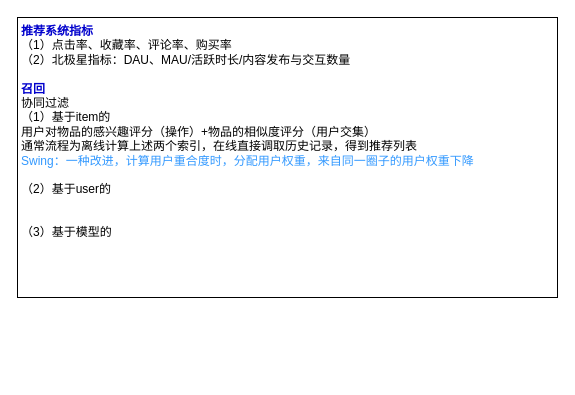
Before: 推荐学习笔记.drawio in limpid-11/drawio, a draw.io diagram. Source tidied: cells renumbered, new cells numbered last; positions are measured from the earlier drawing's top-left corner, leaving out a move shared by most shapes. Both pictures are drawn from the tidied source at 100%, with x=0, y=0 at pixel (17, 17).
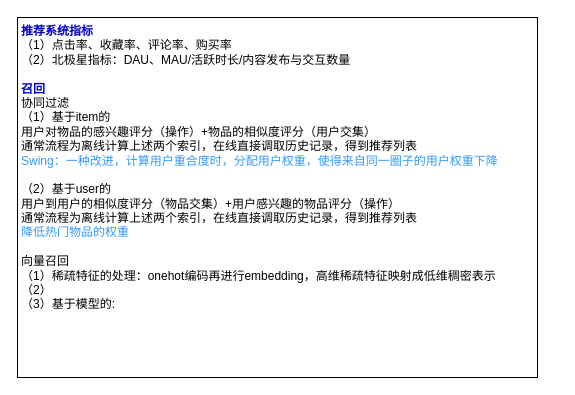
Above is the later version.

Commit message (it also covers changes not shown here):
更新推荐学习笔记.drawio

Change to the diagram source:
```diff
@@
 <mxGraphModel>
   <root>
     <mxCell id="0" />
     <mxCell id="1" parent="0" />
-    <mxCell id="2" value="&lt;font color=&quot;#0000cc&quot;&gt;&lt;b&gt;推荐系统指标&lt;/b&gt;&lt;/font&gt;&lt;div&gt;（1）点击率、收藏率、评论率、购买率&lt;/div&gt;&lt;div&gt;（2）北极星指标：DAU、MAU/活跃时长/内容发布与交互数量&lt;/div&gt;&lt;div&gt;&lt;br&gt;&lt;/div&gt;&lt;div&gt;&lt;font color=&quot;#0000cc&quot;&gt;&lt;b&gt;召回&lt;/b&gt;&lt;/font&gt;&lt;/div&gt;&lt;div&gt;协同过滤&lt;/div&gt;&lt;div&gt;（1）基于item的&lt;/div&gt;&lt;div&gt;用户对物品的感兴趣评分（操作）+物品的相似度评分（用户交集）&lt;/div&gt;&lt;div&gt;通常流程为离线计算上述两个索引，在线直接调取历史记录，得到推荐列表&lt;/div&gt;&lt;div&gt;&lt;font color=&quot;#3399ff&quot;&gt;Swing：一种改进，计算用户重合度时，分配用户权重，来自同一圈子的用户权重下降&lt;/font&gt;&lt;/div&gt;&lt;div&gt;&lt;br&gt;&lt;/div&gt;&lt;div&gt;（2）基于user的&lt;/div&gt;&lt;div&gt;&lt;br&gt;&lt;/div&gt;&lt;div&gt;&lt;br&gt;&lt;/div&gt;&lt;div&gt;（3）基于模型的&lt;/div&gt;" style="rounded=0;whiteSpace=wrap;html=1;align=left;verticalAlign=top;spacingLeft=2;" parent="1" vertex="1">
-      <mxGeometry width="540" height="280" as="geometry" />
+    <mxCell id="2" value="&lt;font color=&quot;#0000cc&quot;&gt;&lt;b&gt;推荐系统指标&lt;/b&gt;&lt;/font&gt;&lt;div&gt;（1）点击率、收藏率、评论率、购买率&lt;/div&gt;&lt;div&gt;（2）北极星指标：DAU、MAU/活跃时长/内容发布与交互数量&lt;/div&gt;&lt;div&gt;&lt;br&gt;&lt;/div&gt;&lt;div&gt;&lt;font color=&quot;#0000cc&quot;&gt;&lt;b&gt;召回&lt;/b&gt;&lt;/font&gt;&lt;/div&gt;&lt;div&gt;协同过滤&lt;/div&gt;&lt;div&gt;（1）基于item的&lt;/div&gt;&lt;div&gt;用户对物品的感兴趣评分（操作）+物品的相似度评分（用户交集）&lt;/div&gt;&lt;div&gt;通常流程为离线计算上述两个索引，在线直接调取历史记录，得到推荐列表&lt;/div&gt;&lt;div&gt;&lt;font color=&quot;#3399ff&quot;&gt;Swing：一种改进，计算用户重合度时，分配用户权重，使得来自同一圈子的用户权重下降&lt;/font&gt;&lt;/div&gt;&lt;div&gt;&lt;br&gt;&lt;/div&gt;&lt;div&gt;（2）基于user的&lt;/div&gt;&lt;div&gt;用户到用户的相似度评分（物品交集）+用户感兴趣的物品评分（操作）&lt;/div&gt;&lt;div&gt;通常流程为离线计算上述两个索引，在线直接调取历史记录，得到推荐列表&lt;br&gt;&lt;/div&gt;&lt;div&gt;&lt;font color=&quot;#3399ff&quot;&gt;降低热门物品的权重&lt;/font&gt;&lt;/div&gt;&lt;div&gt;&lt;br&gt;&lt;/div&gt;&lt;div&gt;向量召回&lt;/div&gt;&lt;div&gt;（1）稀疏特征的处理：onehot编码再进行embedding，高维稀疏特征映射成低维稠密表示&lt;/div&gt;&lt;div&gt;（2）&lt;/div&gt;&lt;div&gt;（3）基于模型的:&lt;/div&gt;&lt;div&gt;&lt;br&gt;&lt;/div&gt;" style="rounded=0;whiteSpace=wrap;html=1;align=left;verticalAlign=top;spacingLeft=2;" parent="1" vertex="1">
+      <mxGeometry width="520" height="360" as="geometry" />
     </mxCell>
   </root>
 </mxGraphModel>
```
